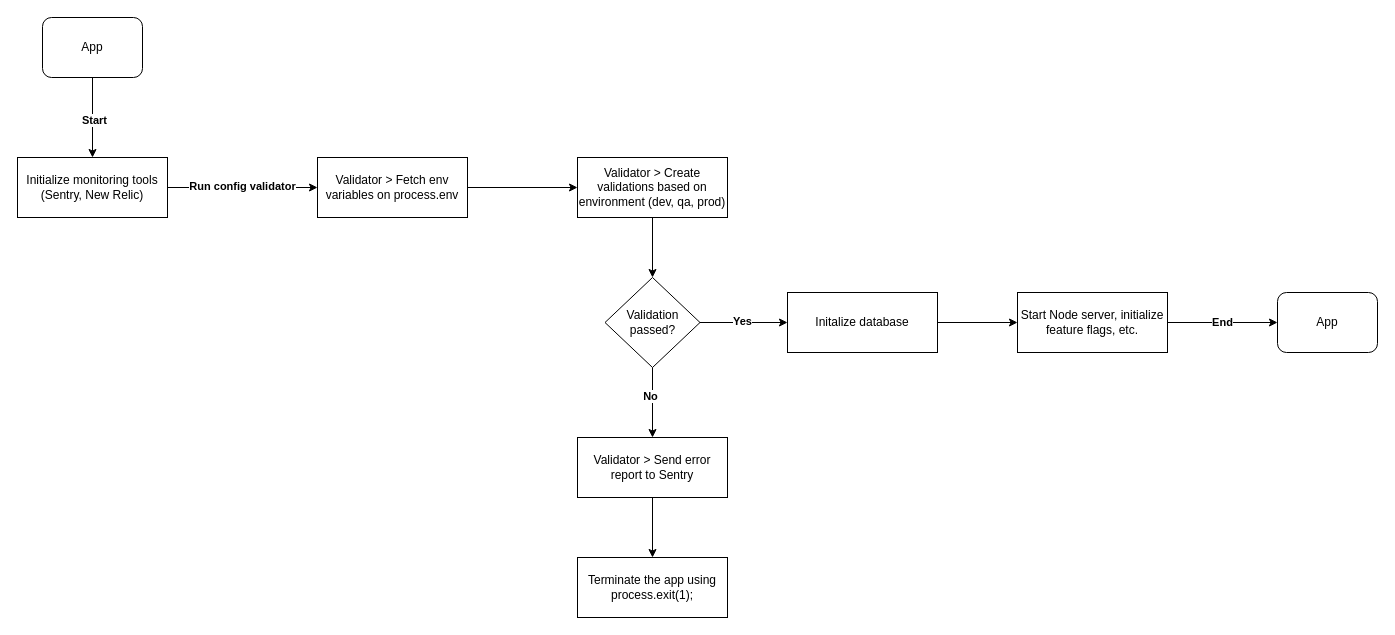
The draw.io diagram example/Untitled Diagram.drawio in kissartisan/envalid-playground, before the edit. Source tidied: cells renumbered, new cells numbered last; positions are measured from the earlier drawing's top-left corner, leaving out a move shared by most shapes. Both pictures are drawn from the tidied source at 100%, with x=0, y=0 at pixel (17, 17).
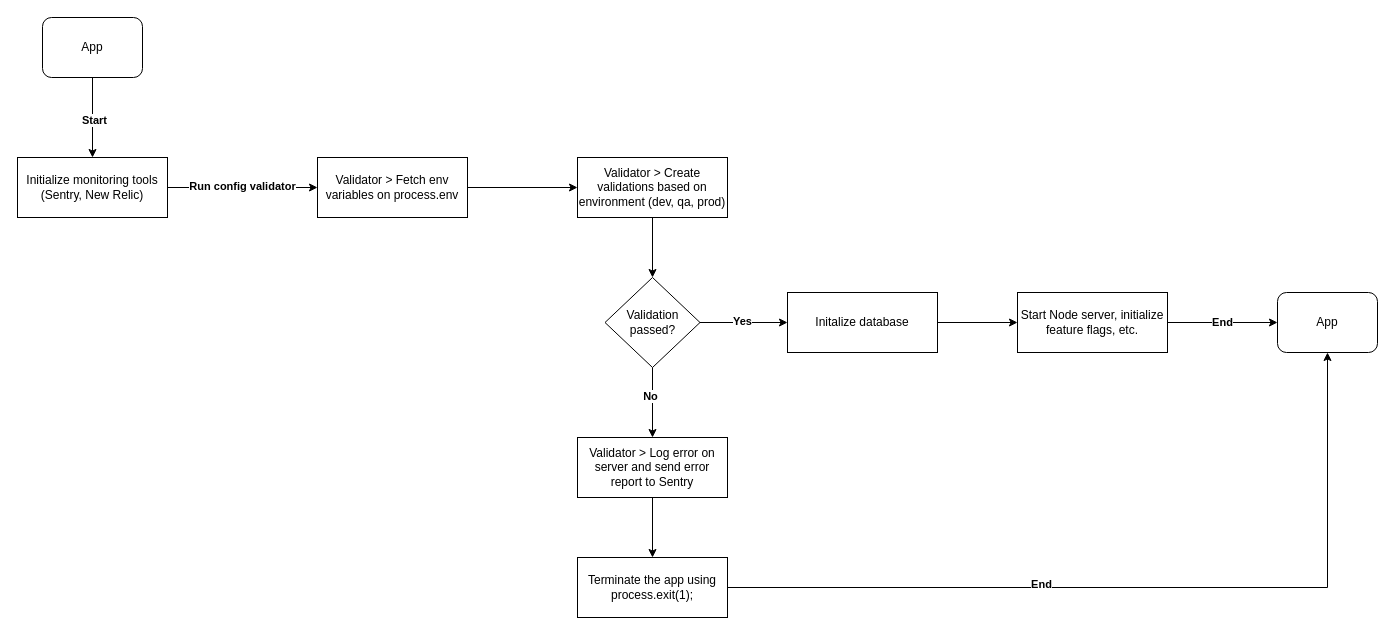
The same page after the edit.

Commit message:
Config Validation Implementation Diagram.drawio

The change refers to these unchanged cells:
```xml
<mxCell id="18" value="Terminate the app using process.exit(1);" style="rounded=0;whiteSpace=wrap;html=1;" parent="1" vertex="1">
  <mxGeometry x="560" y="540" width="150" height="60" as="geometry" />
</mxCell>
<mxCell id="24" value="App" style="rounded=1;whiteSpace=wrap;html=1;" parent="1" vertex="1">
  <mxGeometry x="1260" y="275" width="100" height="60" as="geometry" />
</mxCell>
```

Diff of the diagram source:
```diff
@@
-    <mxCell id="17" value="Validator &amp;gt; Send error report to Sentry" style="rounded=0;whiteSpace=wrap;html=1;" parent="1" vertex="1">
+    <mxCell id="17" value="Validator &amp;gt; Log error on server and send error report to Sentry" style="rounded=0;whiteSpace=wrap;html=1;" parent="1" vertex="1">
       <mxGeometry x="560" y="420" width="150" height="60" as="geometry" />
     </mxCell>
+    <mxCell id="25" style="edgeStyle=orthogonalEdgeStyle;rounded=0;jettySize=auto;html=1;exitX=1;exitY=0.5;exitDx=0;exitDy=0;entryX=0.5;entryY=1;entryDx=0;entryDy=0;" parent="1" edge="1" source="18" target="24">
+      <mxGeometry relative="1" as="geometry" />
+    </mxCell>
+    <mxCell id="26" value="End" style="edgeLabel;html=1;align=center;verticalAlign=middle;fontStyle=1;" parent="25" vertex="1">
+      <mxGeometry x="-0.25" y="4" relative="1" as="geometry" />
+    </mxCell>
```
